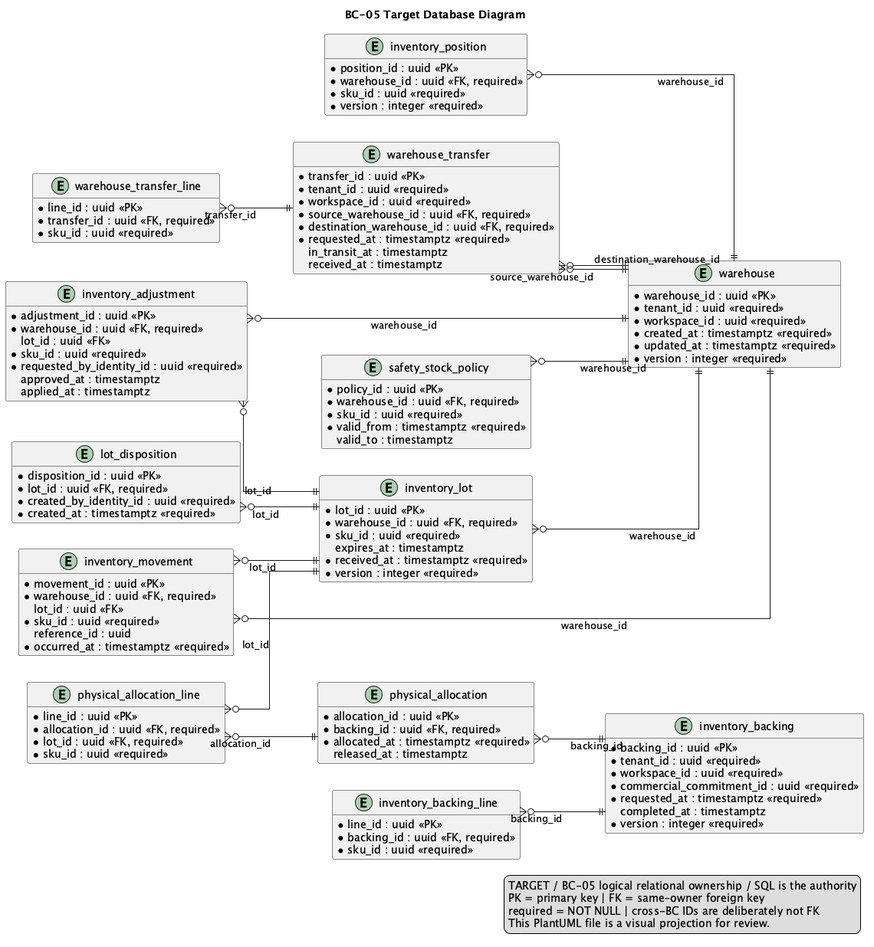
This is 01-shared/domain/bounded-contexts/BC-05-inventory-availability/data/database-diagram.png from nexa-suite/blueprint, a PlantUML export, as it was before one commit. The source it was exported from:
```plantuml
@startuml
title BC-05 Target Database Diagram
left to right direction
hide methods
skinparam shadowing false
skinparam linetype ortho
skinparam entity {
  BackgroundColor #F8FAFC
  BorderColor #334155
  FontColor #0F172A
}

entity "warehouse" as t_warehouse {
  * warehouse_id : uuid <<PK>>
  * tenant_id : uuid <<required>>
  * workspace_id : uuid <<required>>
  * code : varchar(80) <<required>>
  * name : varchar(160) <<required>>
  * status : varchar(32) <<required>>
  * timezone : varchar(80) <<required>>
  * created_at : timestamptz <<required>>
  * updated_at : timestamptz <<required>>
  * version : integer <<required>>
}

entity "inventory_lot" as t_inventory_lot {
  * lot_id : uuid <<PK>>
  * warehouse_id : uuid <<FK, required>>
  * sku_id : uuid <<required>>
  * lot_code : varchar(120) <<required>>
    expires_at : timestamptz
  * on_hand_quantity : numeric(19,6) <<required>>
  * held_quantity : numeric(19,6) <<required>>
  * status : varchar(32) <<required>>
  * received_at : timestamptz <<required>>
  * version : integer <<required>>
}

entity "inventory_position" as t_inventory_position {
  * position_id : uuid <<PK>>
  * warehouse_id : uuid <<FK, required>>
  * sku_id : uuid <<required>>
  * on_hand_quantity : numeric(19,6) <<required>>
  * reserved_quantity : numeric(19,6) <<required>>
  * held_quantity : numeric(19,6) <<required>>
  * version : integer <<required>>
}

entity "inventory_movement" as t_inventory_movement {
  * movement_id : uuid <<PK>>
  * warehouse_id : uuid <<FK, required>>
    lot_id : uuid <<FK>>
  * sku_id : uuid <<required>>
  * kind : varchar(32) <<required>>
  * quantity : numeric(19,6) <<required>>
    reference_type : varchar(80)
    reference_id : uuid
  * occurred_at : timestamptz <<required>>
}

entity "safety_stock_policy" as t_safety_stock_policy {
  * policy_id : uuid <<PK>>
  * warehouse_id : uuid <<FK, required>>
  * sku_id : uuid <<required>>
  * minimum_quantity : numeric(19,6) <<required>>
  * valid_from : timestamptz <<required>>
    valid_to : timestamptz
}

entity "inventory_backing" as t_inventory_backing {
  * backing_id : uuid <<PK>>
  * tenant_id : uuid <<required>>
  * workspace_id : uuid <<required>>
  * commercial_commitment_id : uuid <<required>>
  * status : varchar(32) <<required>>
  * requested_at : timestamptz <<required>>
    completed_at : timestamptz
  * version : integer <<required>>
}

entity "inventory_backing_line" as t_inventory_backing_line {
  * line_id : uuid <<PK>>
  * backing_id : uuid <<FK, required>>
  * sku_id : uuid <<required>>
  * requested_quantity : numeric(19,6) <<required>>
  * backed_quantity : numeric(19,6) <<required>>
}

entity "physical_allocation" as t_physical_allocation {
  * allocation_id : uuid <<PK>>
  * backing_id : uuid <<FK, required>>
  * status : varchar(32) <<required>>
  * allocated_at : timestamptz <<required>>
    released_at : timestamptz
}

entity "physical_allocation_line" as t_physical_allocation_line {
  * line_id : uuid <<PK>>
  * allocation_id : uuid <<FK, required>>
  * lot_id : uuid <<FK, required>>
  * sku_id : uuid <<required>>
  * quantity : numeric(19,6) <<required>>
  * consumed_quantity : numeric(19,6) <<required>>
}

entity "inventory_adjustment" as t_inventory_adjustment {
  * adjustment_id : uuid <<PK>>
  * warehouse_id : uuid <<FK, required>>
    lot_id : uuid <<FK>>
  * sku_id : uuid <<required>>
  * quantity_delta : numeric(19,6) <<required>>
  * reason : varchar(500) <<required>>
  * status : varchar(32) <<required>>
  * requested_by_identity_id : uuid <<required>>
    approved_at : timestamptz
    applied_at : timestamptz
}

entity "warehouse_transfer" as t_warehouse_transfer {
  * transfer_id : uuid <<PK>>
  * tenant_id : uuid <<required>>
  * workspace_id : uuid <<required>>
  * source_warehouse_id : uuid <<FK, required>>
  * destination_warehouse_id : uuid <<FK, required>>
  * status : varchar(32) <<required>>
  * requested_at : timestamptz <<required>>
    in_transit_at : timestamptz
    received_at : timestamptz
}

entity "warehouse_transfer_line" as t_warehouse_transfer_line {
  * line_id : uuid <<PK>>
  * transfer_id : uuid <<FK, required>>
  * sku_id : uuid <<required>>
  * quantity : numeric(19,6) <<required>>
  * received_quantity : numeric(19,6) <<required>>
}

entity "lot_disposition" as t_lot_disposition {
  * disposition_id : uuid <<PK>>
  * lot_id : uuid <<FK, required>>
  * kind : varchar(32) <<required>>
  * reason : varchar(500) <<required>>
  * quantity : numeric(19,6) <<required>>
  * created_by_identity_id : uuid <<required>>
  * created_at : timestamptz <<required>>
}

t_inventory_lot }o--|| t_warehouse : warehouse_id
t_inventory_position }o--|| t_warehouse : warehouse_id
t_inventory_movement }o--|| t_warehouse : warehouse_id
t_inventory_movement }o--|| t_inventory_lot : lot_id
t_safety_stock_policy }o--|| t_warehouse : warehouse_id
t_inventory_backing_line }o--|| t_inventory_backing : backing_id
t_physical_allocation }o--|| t_inventory_backing : backing_id
t_physical_allocation_line }o--|| t_physical_allocation : allocation_id
t_physical_allocation_line }o--|| t_inventory_lot : lot_id
t_inventory_adjustment }o--|| t_warehouse : warehouse_id
t_inventory_adjustment }o--|| t_inventory_lot : lot_id
t_warehouse_transfer }o--|| t_warehouse : source_warehouse_id
t_warehouse_transfer }o--|| t_warehouse : destination_warehouse_id
t_warehouse_transfer_line }o--|| t_warehouse_transfer : transfer_id
t_lot_disposition }o--|| t_inventory_lot : lot_id

legend right
TARGET / BC-05 logical relational ownership / SQL is the authority
PK = primary key | FK = same-owner foreign key
required = NOT NULL | cross-BC IDs are deliberately not FK
This PlantUML file is a visual projection for review.
endlegend
@enduml
```
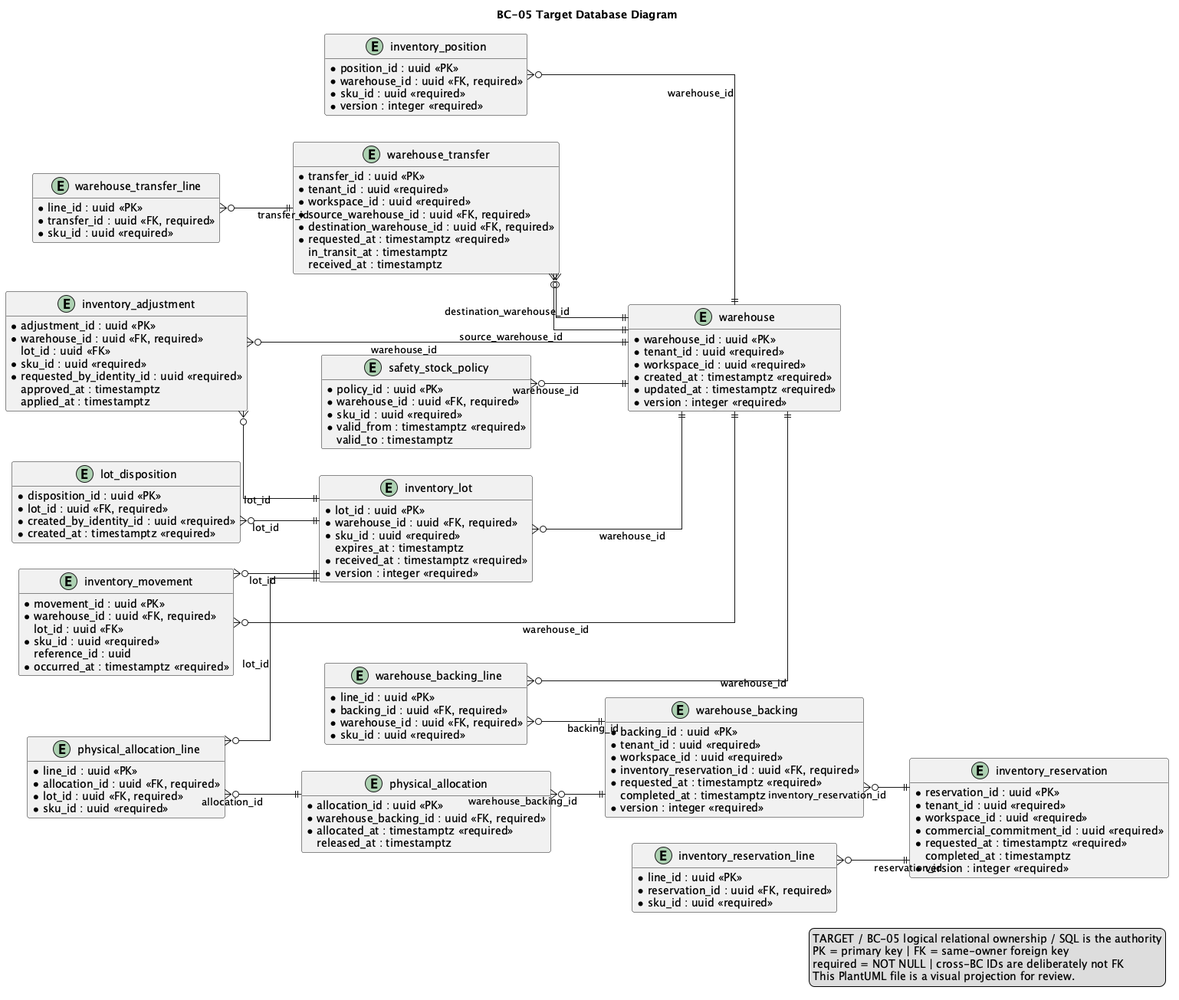
After the change.

The edit, as a diff of the source:
```diff
@@ -67,8 +67,8 @@
     valid_to : timestamptz
 }
 
-entity "inventory_backing" as t_inventory_backing {
-  * backing_id : uuid <<PK>>
+entity "inventory_reservation" as t_inventory_reservation {
+  * reservation_id : uuid <<PK>>
   * tenant_id : uuid <<required>>
   * workspace_id : uuid <<required>>
   * commercial_commitment_id : uuid <<required>>
@@ -78,9 +78,29 @@
   * version : integer <<required>>
 }
 
-entity "inventory_backing_line" as t_inventory_backing_line {
+entity "inventory_reservation_line" as t_inventory_reservation_line {
+  * line_id : uuid <<PK>>
+  * reservation_id : uuid <<FK, required>>
+  * sku_id : uuid <<required>>
+  * requested_quantity : numeric(19,6) <<required>>
+  * reserved_quantity : numeric(19,6) <<required>>
+}
+
+entity "warehouse_backing" as t_warehouse_backing {
+  * backing_id : uuid <<PK>>
+  * tenant_id : uuid <<required>>
+  * workspace_id : uuid <<required>>
+  * inventory_reservation_id : uuid <<FK, required>>
+  * status : varchar(32) <<required>>
+  * requested_at : timestamptz <<required>>
+    completed_at : timestamptz
+  * version : integer <<required>>
+}
+
+entity "warehouse_backing_line" as t_warehouse_backing_line {
   * line_id : uuid <<PK>>
   * backing_id : uuid <<FK, required>>
+  * warehouse_id : uuid <<FK, required>>
   * sku_id : uuid <<required>>
   * requested_quantity : numeric(19,6) <<required>>
   * backed_quantity : numeric(19,6) <<required>>
@@ -88,7 +108,7 @@
 
 entity "physical_allocation" as t_physical_allocation {
   * allocation_id : uuid <<PK>>
-  * backing_id : uuid <<FK, required>>
+  * warehouse_backing_id : uuid <<FK, required>>
   * status : varchar(32) <<required>>
   * allocated_at : timestamptz <<required>>
     released_at : timestamptz
@@ -151,8 +171,11 @@
 t_inventory_movement }o--|| t_warehouse : warehouse_id
 t_inventory_movement }o--|| t_inventory_lot : lot_id
 t_safety_stock_policy }o--|| t_warehouse : warehouse_id
-t_inventory_backing_line }o--|| t_inventory_backing : backing_id
-t_physical_allocation }o--|| t_inventory_backing : backing_id
+t_inventory_reservation_line }o--|| t_inventory_reservation : reservation_id
+t_warehouse_backing }o--|| t_inventory_reservation : inventory_reservation_id
+t_warehouse_backing_line }o--|| t_warehouse_backing : backing_id
+t_warehouse_backing_line }o--|| t_warehouse : warehouse_id
+t_physical_allocation }o--|| t_warehouse_backing : warehouse_backing_id
 t_physical_allocation_line }o--|| t_physical_allocation : allocation_id
 t_physical_allocation_line }o--|| t_inventory_lot : lot_id
 t_inventory_adjustment }o--|| t_warehouse : warehouse_id
```
